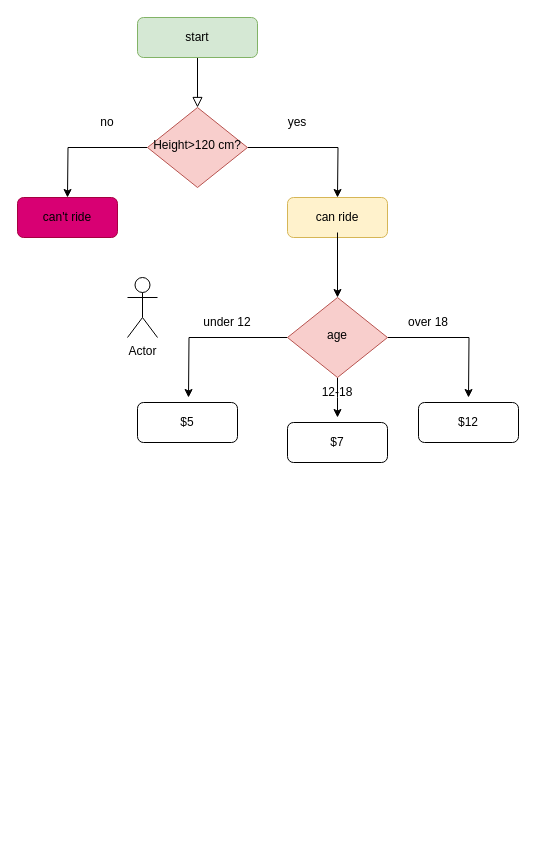
Earlier version of the draw.io diagram Flowcharts/Rollercoaster.drawio (starman011/python_bootcamp_dr_angela). Source tidied: cells renumbered, new cells numbered last; positions are measured from the earlier drawing's top-left corner, leaving out a move shared by most shapes. Both pictures are drawn from the tidied source at 100%, with x=0, y=0 at pixel (17, 17).
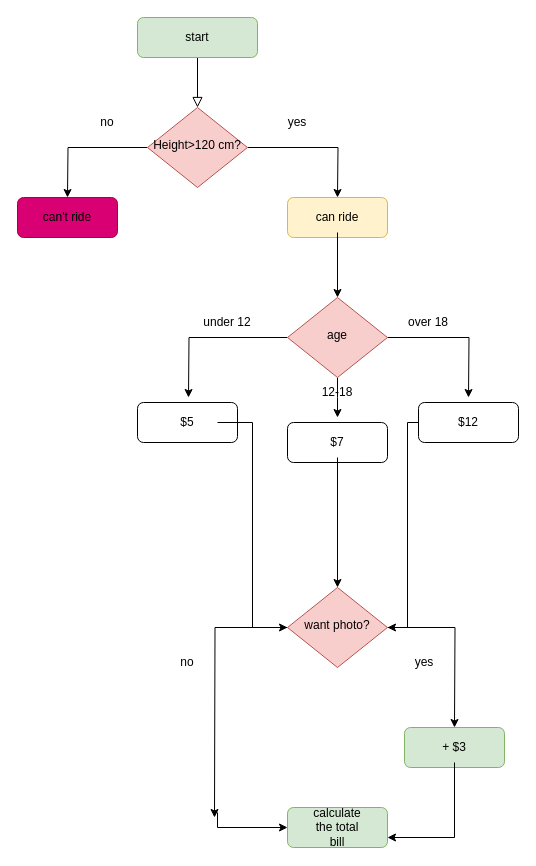
Above is the later version.

Unchanged cells that the change refers to:
```xml
<mxCell id="21" value="$5" style="text;html=1;strokeColor=none;fillColor=none;align=center;verticalAlign=middle;whiteSpace=wrap;rounded=0;" parent="1" vertex="1">
  <mxGeometry x="140" y="390" width="60" height="30" as="geometry" />
</mxCell>
<mxCell id="22" style="rounded=1;whiteSpace=wrap;html=1;" parent="1" vertex="1">
  <mxGeometry x="401" y="385" width="100" height="40" as="geometry" />
</mxCell>
<mxCell id="25" value="$7" style="text;html=1;strokeColor=none;fillColor=none;align=center;verticalAlign=middle;whiteSpace=wrap;rounded=0;" parent="1" vertex="1">
  <mxGeometry x="290" y="410" width="60" height="30" as="geometry" />
</mxCell>
```

The edit, as a diff of the source:
```diff
@@
+    <mxCell id="28" style="edgeStyle=orthogonalEdgeStyle;rounded=0;jettySize=auto;html=1;entryX=0;entryY=0.5;entryDx=0;entryDy=0;" parent="1" edge="1" source="21" target="33">
+      <mxGeometry relative="1" as="geometry" />
+    </mxCell>
@@
+    <mxCell id="29" style="edgeStyle=orthogonalEdgeStyle;rounded=0;jettySize=auto;html=1;entryX=1;entryY=0.5;entryDx=0;entryDy=0;" parent="1" edge="1" source="22" target="33">
+      <mxGeometry relative="1" as="geometry">
+        <Array as="points">
+          <mxPoint x="390" y="405" />
+          <mxPoint x="390" y="610" />
+        </Array>
+      </mxGeometry>
+    </mxCell>
@@
+    <mxCell id="30" style="edgeStyle=orthogonalEdgeStyle;rounded=0;jettySize=auto;html=1;entryX=0.5;entryY=0;entryDx=0;entryDy=0;" parent="1" edge="1" source="25" target="33">
+      <mxGeometry relative="1" as="geometry" />
+    </mxCell>
@@
-    <mxCell id="27" value="Actor" style="shape=umlActor;verticalLabelPosition=bottom;verticalAlign=top;html=1;" parent="1" vertex="1">
-      <mxGeometry x="110" y="260" width="30" height="60" as="geometry" />
-    </mxCell>
+    <mxCell id="31" style="edgeStyle=orthogonalEdgeStyle;rounded=0;jettySize=auto;html=1;" parent="1" edge="1" source="33">
+      <mxGeometry relative="1" as="geometry">
+        <mxPoint x="197" y="800" as="targetPoint" />
+      </mxGeometry>
+    </mxCell>
+    <mxCell id="32" style="edgeStyle=orthogonalEdgeStyle;rounded=0;jettySize=auto;html=1;" parent="1" edge="1" source="33">
+      <mxGeometry relative="1" as="geometry">
+        <mxPoint x="437" y="710" as="targetPoint" />
+      </mxGeometry>
+    </mxCell>
+    <mxCell id="33" value="want photo?" style="rhombus;whiteSpace=wrap;html=1;shadow=0;fontFamily=Helvetica;fontSize=12;align=center;strokeWidth=1;spacing=6;spacingTop=-4;fillColor=#f8cecc;strokeColor=#b85450;" parent="1" vertex="1">
+      <mxGeometry x="270" y="570" width="100" height="80" as="geometry" />
+    </mxCell>
+    <mxCell id="34" value="no" style="text;html=1;strokeColor=none;fillColor=none;align=center;verticalAlign=middle;whiteSpace=wrap;rounded=0;" parent="1" vertex="1">
+      <mxGeometry x="140" y="630" width="60" height="30" as="geometry" />
+    </mxCell>
+    <mxCell id="35" value="yes" style="text;html=1;strokeColor=none;fillColor=none;align=center;verticalAlign=middle;whiteSpace=wrap;rounded=0;" parent="1" vertex="1">
+      <mxGeometry x="377" y="630" width="60" height="30" as="geometry" />
+    </mxCell>
+    <mxCell id="36" style="rounded=1;whiteSpace=wrap;html=1;fillColor=#d5e8d4;strokeColor=#82b366;" parent="1" vertex="1">
+      <mxGeometry x="387" y="710" width="100" height="40" as="geometry" />
+    </mxCell>
+    <mxCell id="37" style="edgeStyle=orthogonalEdgeStyle;rounded=0;jettySize=auto;html=1;entryX=1;entryY=0.75;entryDx=0;entryDy=0;" parent="1" edge="1" source="38" target="39">
+      <mxGeometry relative="1" as="geometry">
+        <Array as="points">
+          <mxPoint x="437" y="820" />
+        </Array>
+      </mxGeometry>
+    </mxCell>
+    <mxCell id="38" value="+ $3" style="text;html=1;strokeColor=none;fillColor=none;align=center;verticalAlign=middle;whiteSpace=wrap;rounded=0;" parent="1" vertex="1">
+      <mxGeometry x="407" y="715" width="60" height="30" as="geometry" />
+    </mxCell>
+    <mxCell id="39" style="rounded=1;whiteSpace=wrap;html=1;fillColor=#d5e8d4;strokeColor=#82b366;" parent="1" vertex="1">
+      <mxGeometry x="270" y="790" width="100" height="40" as="geometry" />
+    </mxCell>
+    <mxCell id="40" value="calculate the total bill" style="text;html=1;strokeColor=none;fillColor=none;align=center;verticalAlign=middle;whiteSpace=wrap;rounded=0;" parent="1" vertex="1">
+      <mxGeometry x="290" y="795" width="60" height="30" as="geometry" />
+    </mxCell>
+    <mxCell id="41" style="endArrow=classic;html=1;rounded=0;edgeStyle=orthogonalEdgeStyle;" parent="1" edge="1" target="39">
+      <mxGeometry relative="1" as="geometry">
+        <mxPoint x="200" y="795" as="sourcePoint" />
+        <Array as="points">
+          <mxPoint x="200" y="810" />
+        </Array>
+      </mxGeometry>
+    </mxCell>
```
